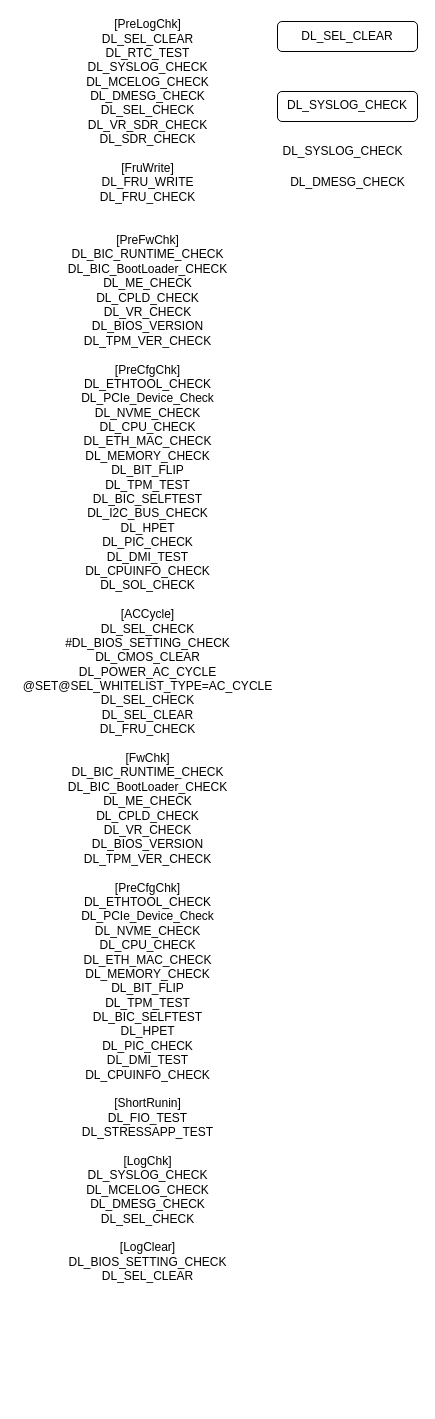
This is Untitled Diagram.drawio from wwin3286tw/FlowChartCollection, a draw.io file, before an edit. Source tidied: cells renumbered, new cells numbered last; positions are measured from the earlier drawing's top-left corner, leaving out a move shared by most shapes. Both pictures are drawn from the tidied source at 100%, with x=0, y=0 at pixel (17, 21).
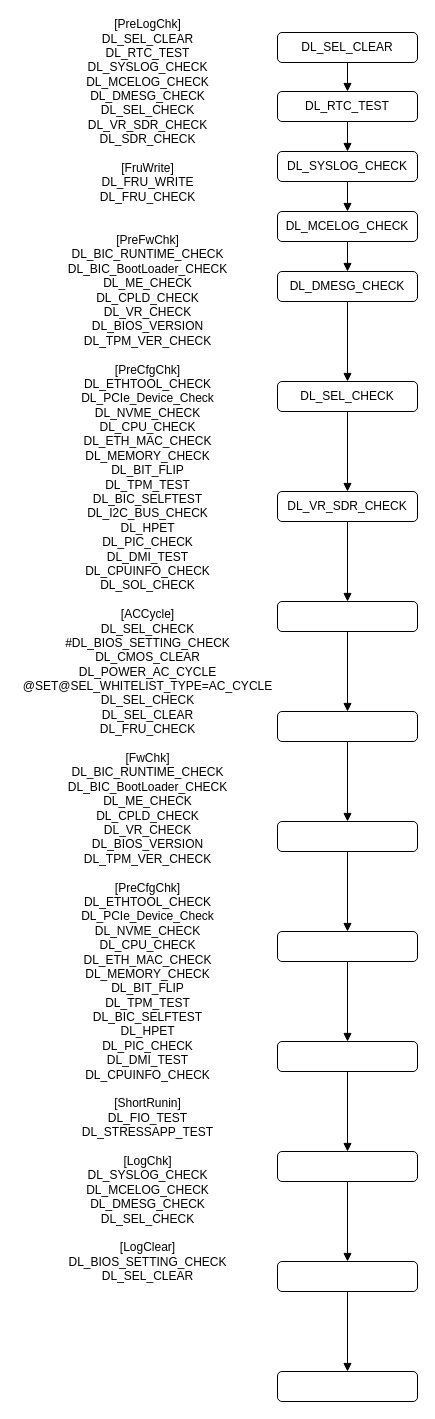
After the change.

What changed in the source:
```diff
@@
+    <mxCell id="7" style="edgeStyle=orthogonalEdgeStyle;rounded=0;jettySize=auto;html=1;entryX=0.5;entryY=0;entryDx=0;entryDy=0;endArrow=block;endFill=1;" parent="1" edge="1" source="3" target="4">
+      <mxGeometry relative="1" as="geometry" />
+    </mxCell>
     <mxCell id="3" value="DL_SEL_CLEAR" style="rounded=1;whiteSpace=wrap;html=1;" parent="1" vertex="1">
-      <mxGeometry x="260" width="140" height="30" as="geometry" />
+      <mxGeometry x="260" y="11" width="140" height="30" as="geometry" />
     </mxCell>
+    <mxCell id="8" style="edgeStyle=orthogonalEdgeStyle;rounded=0;jettySize=auto;html=1;entryX=0.5;entryY=0;entryDx=0;entryDy=0;endArrow=block;endFill=1;" parent="1" edge="1" source="4" target="5">
+      <mxGeometry relative="1" as="geometry" />
+    </mxCell>
-    <mxCell id="4" value="&lt;div style=&quot;white-space: nowrap&quot;&gt;DL_SYSLOG_CHECK&lt;/div&gt;&lt;div&gt;&lt;br&gt;&lt;/div&gt;" style="rounded=1;whiteSpace=wrap;html=1;verticalAlign=top;horizontal=1;fontStyle=0;" parent="1" vertex="1">
+    <mxCell id="4" value="&lt;div style=&quot;white-space: nowrap&quot;&gt;DL_RTC_TEST&lt;br&gt;&lt;/div&gt;" style="rounded=1;whiteSpace=wrap;html=1;verticalAlign=middle;horizontal=1;fontStyle=0;" parent="1" vertex="1">
       <mxGeometry x="260" y="70" width="140" height="30" as="geometry" />
     </mxCell>
+    <mxCell id="9" style="edgeStyle=orthogonalEdgeStyle;rounded=0;jettySize=auto;html=1;entryX=0.5;entryY=0;entryDx=0;entryDy=0;endArrow=block;endFill=1;" parent="1" edge="1" source="5" target="11">
+      <mxGeometry relative="1" as="geometry" />
+    </mxCell>
-    <mxCell id="5" value="DL_SYSLOG_CHECK" style="text;html=1;align=center;verticalAlign=middle;points=[];" parent="1" vertex="1">
-      <mxGeometry x="255" y="120" width="140" height="20" as="geometry" />
+    <mxCell id="5" value="&lt;div&gt;&lt;span style=&quot;white-space: nowrap&quot;&gt;DL_SYSLOG_CHECK&lt;/span&gt;&lt;br&gt;&lt;/div&gt;" style="rounded=1;whiteSpace=wrap;html=1;verticalAlign=middle;horizontal=1;fontStyle=0;" parent="1" vertex="1">
+      <mxGeometry x="260" y="130" width="140" height="30" as="geometry" />
     </mxCell>
+    <mxCell id="10" style="edgeStyle=orthogonalEdgeStyle;rounded=0;jettySize=auto;html=1;entryX=0.5;entryY=0;entryDx=0;entryDy=0;endArrow=block;endFill=1;" parent="1" edge="1" source="11" target="6">
+      <mxGeometry relative="1" as="geometry" />
+    </mxCell>
+    <mxCell id="11" value="&lt;div style=&quot;white-space: nowrap&quot;&gt;&lt;div&gt;DL_MCELOG_CHECK&lt;/div&gt;&lt;/div&gt;" style="rounded=1;whiteSpace=wrap;html=1;verticalAlign=middle;horizontal=1;fontStyle=0;" parent="1" vertex="1">
+      <mxGeometry x="260" y="190" width="140" height="30" as="geometry" />
+    </mxCell>
+    <mxCell id="12" style="edgeStyle=orthogonalEdgeStyle;rounded=0;jettySize=auto;html=1;endArrow=block;endFill=1;" parent="1" edge="1" source="6" target="14">
+      <mxGeometry relative="1" as="geometry" />
+    </mxCell>
-    <mxCell id="6" value="&lt;div&gt;DL_DMESG_CHECK&lt;/div&gt;" style="text;html=1;align=center;verticalAlign=middle;points=[];" parent="1" vertex="1">
-      <mxGeometry x="265" y="151" width="130" height="20" as="geometry" />
+    <mxCell id="6" value="&lt;div style=&quot;white-space: nowrap&quot;&gt;DL_DMESG_CHECK&lt;br&gt;&lt;/div&gt;" style="rounded=1;whiteSpace=wrap;html=1;verticalAlign=middle;horizontal=1;fontStyle=0;" parent="1" vertex="1">
+      <mxGeometry x="260" y="250" width="140" height="30" as="geometry" />
     </mxCell>
+    <mxCell id="13" style="edgeStyle=orthogonalEdgeStyle;rounded=0;jettySize=auto;html=1;endArrow=block;endFill=1;" parent="1" edge="1" source="14" target="16">
+      <mxGeometry relative="1" as="geometry" />
+    </mxCell>
+    <mxCell id="14" value="&lt;div style=&quot;white-space: nowrap&quot;&gt;&lt;div&gt;DL_SEL_CHECK&lt;/div&gt;&lt;/div&gt;" style="rounded=1;whiteSpace=wrap;html=1;verticalAlign=middle;horizontal=1;fontStyle=0;" parent="1" vertex="1">
+      <mxGeometry x="260" y="360" width="140" height="30" as="geometry" />
+    </mxCell>
+    <mxCell id="15" style="edgeStyle=orthogonalEdgeStyle;rounded=0;jettySize=auto;html=1;endArrow=block;endFill=1;" parent="1" edge="1" source="16" target="18">
+      <mxGeometry relative="1" as="geometry" />
+    </mxCell>
+    <mxCell id="16" value="&lt;div&gt;DL_VR_SDR_CHECK&lt;/div&gt;" style="rounded=1;whiteSpace=wrap;html=1;verticalAlign=middle;horizontal=1;fontStyle=0;" parent="1" vertex="1">
+      <mxGeometry x="260" y="470" width="140" height="30" as="geometry" />
+    </mxCell>
+    <mxCell id="17" style="edgeStyle=orthogonalEdgeStyle;rounded=0;jettySize=auto;html=1;endArrow=block;endFill=1;" parent="1" edge="1" source="18" target="20">
+      <mxGeometry relative="1" as="geometry" />
+    </mxCell>
+    <mxCell id="18" value="&lt;div style=&quot;white-space: nowrap&quot;&gt;&lt;br&gt;&lt;/div&gt;" style="rounded=1;whiteSpace=wrap;html=1;verticalAlign=middle;horizontal=1;fontStyle=0;" parent="1" vertex="1">
+      <mxGeometry x="260" y="580" width="140" height="30" as="geometry" />
+    </mxCell>
+    <mxCell id="19" style="edgeStyle=orthogonalEdgeStyle;rounded=0;jettySize=auto;html=1;endArrow=block;endFill=1;" parent="1" edge="1" source="20" target="22">
+      <mxGeometry relative="1" as="geometry" />
+    </mxCell>
+    <mxCell id="20" value="&lt;div style=&quot;white-space: nowrap&quot;&gt;&lt;br&gt;&lt;/div&gt;" style="rounded=1;whiteSpace=wrap;html=1;verticalAlign=middle;horizontal=1;fontStyle=0;" parent="1" vertex="1">
+      <mxGeometry x="260" y="690" width="140" height="30" as="geometry" />
+    </mxCell>
+    <mxCell id="21" style="edgeStyle=orthogonalEdgeStyle;rounded=0;jettySize=auto;html=1;endArrow=block;endFill=1;" parent="1" edge="1" source="22" target="24">
+      <mxGeometry relative="1" as="geometry" />
+    </mxCell>
+    <mxCell id="22" value="&lt;div style=&quot;white-space: nowrap&quot;&gt;&lt;br&gt;&lt;/div&gt;" style="rounded=1;whiteSpace=wrap;html=1;verticalAlign=middle;horizontal=1;fontStyle=0;" parent="1" vertex="1">
+      <mxGeometry x="260" y="800" width="140" height="30" as="geometry" />
+    </mxCell>
+    <mxCell id="23" style="edgeStyle=orthogonalEdgeStyle;rounded=0;jettySize=auto;html=1;endArrow=block;endFill=1;" parent="1" edge="1" source="24" target="26">
+      <mxGeometry relative="1" as="geometry" />
+    </mxCell>
+    <mxCell id="24" value="&lt;div style=&quot;white-space: nowrap&quot;&gt;&lt;br&gt;&lt;/div&gt;" style="rounded=1;whiteSpace=wrap;html=1;verticalAlign=middle;horizontal=1;fontStyle=0;" parent="1" vertex="1">
+      <mxGeometry x="260" y="910" width="140" height="30" as="geometry" />
+    </mxCell>
+    <mxCell id="25" style="edgeStyle=orthogonalEdgeStyle;rounded=0;jettySize=auto;html=1;endArrow=block;endFill=1;" parent="1" edge="1" source="26" target="28">
+      <mxGeometry relative="1" as="geometry" />
+    </mxCell>
+    <mxCell id="26" value="&lt;div style=&quot;white-space: nowrap&quot;&gt;&lt;br&gt;&lt;/div&gt;" style="rounded=1;whiteSpace=wrap;html=1;verticalAlign=middle;horizontal=1;fontStyle=0;" parent="1" vertex="1">
+      <mxGeometry x="260" y="1020" width="140" height="30" as="geometry" />
+    </mxCell>
+    <mxCell id="27" style="edgeStyle=orthogonalEdgeStyle;rounded=0;jettySize=auto;html=1;endArrow=block;endFill=1;" parent="1" edge="1" source="28" target="30">
+      <mxGeometry relative="1" as="geometry" />
+    </mxCell>
+    <mxCell id="28" value="&lt;div style=&quot;white-space: nowrap&quot;&gt;&lt;br&gt;&lt;/div&gt;" style="rounded=1;whiteSpace=wrap;html=1;verticalAlign=middle;horizontal=1;fontStyle=0;" parent="1" vertex="1">
+      <mxGeometry x="260" y="1130" width="140" height="30" as="geometry" />
+    </mxCell>
+    <mxCell id="29" style="edgeStyle=orthogonalEdgeStyle;rounded=0;jettySize=auto;html=1;endArrow=block;endFill=1;" parent="1" edge="1" source="30" target="31">
+      <mxGeometry relative="1" as="geometry" />
+    </mxCell>
+    <mxCell id="30" value="&lt;div style=&quot;white-space: nowrap&quot;&gt;&lt;br&gt;&lt;/div&gt;" style="rounded=1;whiteSpace=wrap;html=1;verticalAlign=middle;horizontal=1;fontStyle=0;" parent="1" vertex="1">
+      <mxGeometry x="260" y="1240" width="140" height="30" as="geometry" />
+    </mxCell>
+    <mxCell id="31" value="&lt;div style=&quot;white-space: nowrap&quot;&gt;&lt;br&gt;&lt;/div&gt;" style="rounded=1;whiteSpace=wrap;html=1;verticalAlign=middle;horizontal=1;fontStyle=0;" parent="1" vertex="1">
+      <mxGeometry x="260" y="1350" width="140" height="30" as="geometry" />
+    </mxCell>
```
